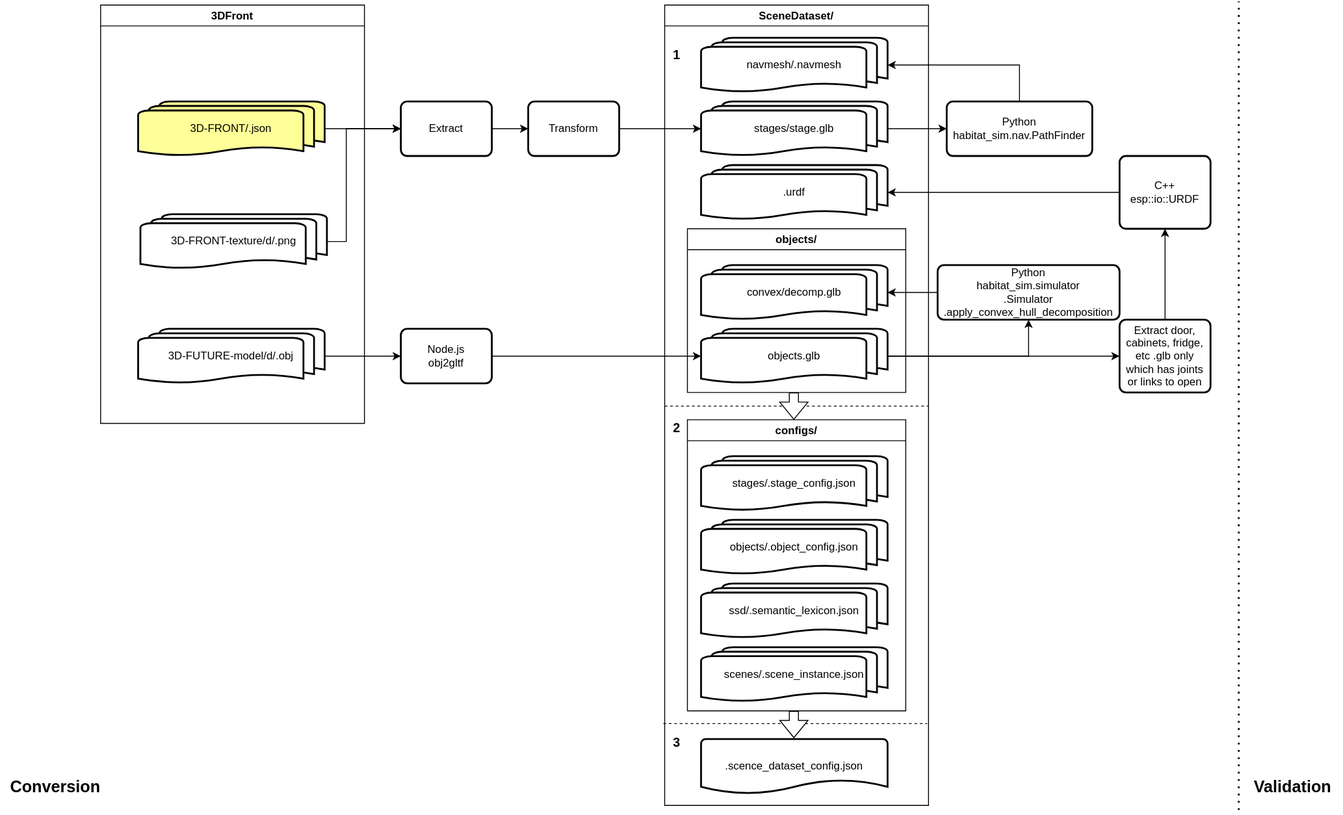
The draw.io diagram 3DFront.drawio.svg in ZacksAmber/habitat-pipeline, before a commit. Source tidied: cells renumbered, new cells last; positions are measured from the earlier drawing's top-left corner, leaving out a move shared by most shapes.
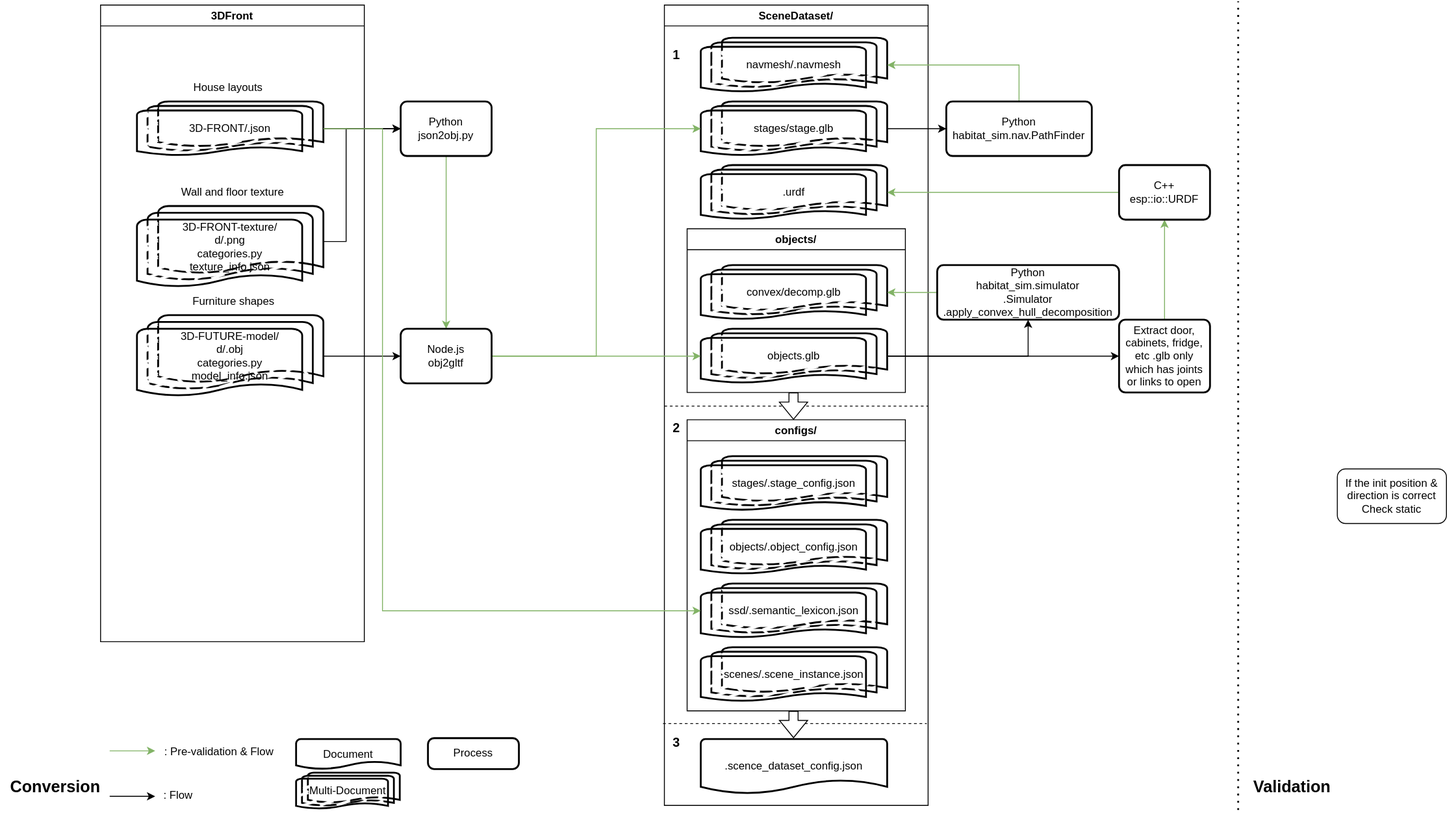
Later version of the same file.

Diff of the diagram source:
```diff
@@ -17,16 +17,16 @@
     <mxCell id="4" value="configs/" style="swimlane;fillStyle=zigzag-line;" parent="2" vertex="1">
       <mxGeometry x="25" y="456" width="240" height="320" as="geometry" />
     </mxCell>
-    <mxCell id="5" value="stages/.stage_config.json" style="strokeWidth=2;html=1;shape=mxgraph.flowchart.multi-document;whiteSpace=wrap;" parent="4" vertex="1">
+    <mxCell id="5" value="stages/.stage_config.json" style="strokeWidth=2;html=1;shape=mxgraph.flowchart.multi-document;whiteSpace=wrap;fillStyle=zigzag-line;" parent="4" vertex="1">
       <mxGeometry x="15" y="40" width="205" height="60" as="geometry" />
     </mxCell>
-    <mxCell id="6" value="objects/.object_config.json" style="strokeWidth=2;html=1;shape=mxgraph.flowchart.multi-document;whiteSpace=wrap;" parent="4" vertex="1">
+    <mxCell id="6" value="objects/.object_config.json" style="strokeWidth=2;html=1;shape=mxgraph.flowchart.multi-document;whiteSpace=wrap;fillStyle=zigzag-line;" parent="4" vertex="1">
       <mxGeometry x="15" y="110" width="205" height="60" as="geometry" />
     </mxCell>
-    <mxCell id="7" value="scenes/.scene_instance.json" style="strokeWidth=2;html=1;shape=mxgraph.flowchart.multi-document;whiteSpace=wrap;" parent="4" vertex="1">
+    <mxCell id="7" value="scenes/.scene_instance.json" style="strokeWidth=2;html=1;shape=mxgraph.flowchart.multi-document;whiteSpace=wrap;fillStyle=zigzag-line;" parent="4" vertex="1">
       <mxGeometry x="15" y="250" width="205" height="60" as="geometry" />
     </mxCell>
-    <mxCell id="8" value="ssd/.semantic_lexicon.json" style="strokeWidth=2;html=1;shape=mxgraph.flowchart.multi-document;whiteSpace=wrap;" parent="4" vertex="1">
+    <mxCell id="8" value="ssd/.semantic_lexicon.json" style="strokeWidth=2;html=1;shape=mxgraph.flowchart.multi-document;whiteSpace=wrap;fillStyle=zigzag-line;" parent="4" vertex="1">
       <mxGeometry x="15" y="180" width="205" height="60" as="geometry" />
     </mxCell>
     <mxCell id="9" style="shape=flexArrow;endArrow=classic;html=1;rounded=0;fillColor=#FFFFFF;width=10;" parent="4" edge="1">
@@ -38,19 +38,19 @@
     <mxCell id="10" value="objects/" style="swimlane;fillStyle=zigzag-line;" parent="2" vertex="1">
       <mxGeometry x="25" y="246" width="240" height="180" as="geometry" />
     </mxCell>
-    <mxCell id="11" value="objects.glb" style="strokeWidth=2;html=1;shape=mxgraph.flowchart.multi-document;whiteSpace=wrap;" parent="10" vertex="1">
+    <mxCell id="11" value="objects.glb" style="strokeWidth=2;html=1;shape=mxgraph.flowchart.multi-document;whiteSpace=wrap;fillStyle=zigzag-line;" parent="10" vertex="1">
       <mxGeometry x="15" y="110" width="205" height="60" as="geometry" />
     </mxCell>
-    <mxCell id="12" value="convex/decomp.glb" style="strokeWidth=2;html=1;shape=mxgraph.flowchart.multi-document;whiteSpace=wrap;fillColor=#FFFFFF;" parent="10" vertex="1">
+    <mxCell id="12" value="convex/decomp.glb" style="strokeWidth=2;html=1;shape=mxgraph.flowchart.multi-document;whiteSpace=wrap;fillColor=#FFFFFF;fillStyle=zigzag-line;" parent="10" vertex="1">
       <mxGeometry x="15" y="40" width="205" height="60" as="geometry" />
     </mxCell>
-    <mxCell id="13" value="navmesh/.navmesh" style="strokeWidth=2;html=1;shape=mxgraph.flowchart.multi-document;whiteSpace=wrap;" parent="2" vertex="1">
+    <mxCell id="13" value="navmesh/.navmesh" style="strokeWidth=2;html=1;shape=mxgraph.flowchart.multi-document;whiteSpace=wrap;fillStyle=zigzag-line;" parent="2" vertex="1">
       <mxGeometry x="40" y="36" width="205" height="60" as="geometry" />
     </mxCell>
-    <mxCell id="14" value=".urdf" style="strokeWidth=2;html=1;shape=mxgraph.flowchart.multi-document;whiteSpace=wrap;fillColor=#FFFFFF;" parent="2" vertex="1">
+    <mxCell id="14" value=".urdf" style="strokeWidth=2;html=1;shape=mxgraph.flowchart.multi-document;whiteSpace=wrap;fillColor=#FFFFFF;fillStyle=zigzag-line;" parent="2" vertex="1">
       <mxGeometry x="40" y="176" width="205" height="60" as="geometry" />
     </mxCell>
-    <mxCell id="15" value="stages/stage.glb" style="strokeWidth=2;html=1;shape=mxgraph.flowchart.multi-document;whiteSpace=wrap;" parent="2" vertex="1">
+    <mxCell id="15" value="stages/stage.glb" style="strokeWidth=2;html=1;shape=mxgraph.flowchart.multi-document;whiteSpace=wrap;fillStyle=zigzag-line;" parent="2" vertex="1">
       <mxGeometry x="40" y="106" width="205" height="60" as="geometry" />
     </mxCell>
     <mxCell id="16" style="endArrow=none;dashed=1;html=1;rounded=0;" parent="2" edge="1">
@@ -81,42 +81,48 @@
       <mxGeometry x="-2" y="781" width="30" height="60" as="geometry" />
     </mxCell>
     <mxCell id="22" value="3DFront" style="swimlane;fillStyle=zigzag-line;" parent="1" vertex="1">
-      <mxGeometry x="110" y="4" width="290" height="460" as="geometry" />
+      <mxGeometry x="110" y="4" width="290" height="700" as="geometry" />
     </mxCell>
-    <mxCell id="23" value="3D-FRONT/.json" style="strokeWidth=2;html=1;shape=mxgraph.flowchart.multi-document;whiteSpace=wrap;fillColor=#FFFF99;" parent="22" vertex="1">
-      <mxGeometry x="41.2" y="106" width="205" height="60" as="geometry" />
+    <mxCell id="23" value="&lt;a href=&quot;https://tianchi.aliyun.com/dataset/dataDetail?dataId=65347&amp;amp;lang=en-us&quot;&gt;3D-FRONT&lt;/a&gt;/.json" style="strokeWidth=2;html=1;shape=mxgraph.flowchart.multi-document;whiteSpace=wrap;fillColor=#FFFFFF;fillStyle=zigzag-line;" parent="22" vertex="1">
+      <mxGeometry x="40" y="106" width="205" height="60" as="geometry" />
     </mxCell>
-    <mxCell id="24" value="3D-FRONT-texture/d/.png" style="strokeWidth=2;html=1;shape=mxgraph.flowchart.multi-document;whiteSpace=wrap;" parent="22" vertex="1">
-      <mxGeometry x="43.8" y="230" width="205" height="60" as="geometry" />
+    <mxCell id="24" value="&lt;a href=&quot;https://tianchi.aliyun.com/dataset/dataDetail?dataId=65347&amp;amp;lang=en-us&quot;&gt;3D-FRONT-texture&lt;/a&gt;/&lt;br&gt;d/.png&lt;br&gt;categories.py&lt;br&gt;texture_info.json" style="strokeWidth=2;html=1;shape=mxgraph.flowchart.multi-document;whiteSpace=wrap;fillStyle=zigzag-line;" parent="22" vertex="1">
+      <mxGeometry x="40" y="221" width="205" height="90" as="geometry" />
     </mxCell>
-    <mxCell id="25" value="3D-FUTURE-model/d/.obj" style="strokeWidth=2;html=1;shape=mxgraph.flowchart.multi-document;whiteSpace=wrap;" parent="22" vertex="1">
-      <mxGeometry x="41.2" y="356" width="205" height="60" as="geometry" />
+    <mxCell id="25" value="&lt;a href=&quot;https://tianchi.aliyun.com/dataset/dataDetail?dataId=65347&amp;amp;lang=en-us&quot;&gt;3D-FUTURE-model&lt;/a&gt;/&lt;br&gt;d/.obj&lt;br&gt;categories.py&lt;br&gt;model_info.json" style="strokeWidth=2;html=1;shape=mxgraph.flowchart.multi-document;whiteSpace=wrap;fillStyle=zigzag-line;" parent="22" vertex="1">
+      <mxGeometry x="40" y="341" width="205" height="90" as="geometry" />
     </mxCell>
-    <mxCell id="26" style="edgeStyle=orthogonalEdgeStyle;rounded=0;jettySize=auto;html=1;" parent="1" edge="1" source="27" target="29">
-      <mxGeometry relative="1" as="geometry" />
-    </mxCell>
+    <mxCell id="49" value="House layouts" style="text;html=1;align=center;verticalAlign=middle;strokeColor=none;fillColor=none;" parent="22" vertex="1">
+      <mxGeometry x="90" y="76" width="100" height="30" as="geometry" />
+    </mxCell>
+    <mxCell id="50" value="Wall and floor texture" style="text;html=1;align=center;verticalAlign=middle;strokeColor=none;fillColor=none;" parent="22" vertex="1">
+      <mxGeometry x="75" y="191" width="140" height="30" as="geometry" />
+    </mxCell>
+    <mxCell id="51" value="Furniture shapes" style="text;html=1;align=center;verticalAlign=middle;strokeColor=none;fillColor=none;" parent="22" vertex="1">
+      <mxGeometry x="91.2" y="311" width="110" height="30" as="geometry" />
+    </mxCell>
+    <mxCell id="52" style="edgeStyle=orthogonalEdgeStyle;rounded=0;jettySize=auto;html=1;exitX=0.5;exitY=1;exitDx=0;exitDy=0;entryX=0.5;entryY=0;entryDx=0;entryDy=0;fillColor=#d5e8d4;strokeColor=#82b366;" parent="1" edge="1" source="27" target="32">
+      <mxGeometry relative="1" as="geometry" />
+    </mxCell>
-    <mxCell id="27" value="Extract" style="rounded=1;whiteSpace=wrap;html=1;absoluteArcSize=1;arcSize=14;strokeWidth=2;fillStyle=zigzag-line;" parent="1" vertex="1">
+    <mxCell id="27" value="Python&lt;br&gt;&lt;a href=&quot;https://github.com/3D-FRONT-FUTURE/3D-FRONT-ToolBox/tree/master/scripts&quot;&gt;json2obj.py&lt;/a&gt;" style="rounded=1;whiteSpace=wrap;html=1;absoluteArcSize=1;arcSize=14;strokeWidth=2;fillStyle=zigzag-line;" parent="1" vertex="1">
       <mxGeometry x="440" y="110" width="100" height="60" as="geometry" />
     </mxCell>
-    <mxCell id="28" style="edgeStyle=orthogonalEdgeStyle;rounded=0;jettySize=auto;html=1;entryX=0;entryY=0.5;entryDx=0;entryDy=0;entryPerimeter=0;" parent="1" edge="1" source="29" target="15">
-      <mxGeometry relative="1" as="geometry" />
-    </mxCell>
-    <mxCell id="29" value="Transform" style="rounded=1;whiteSpace=wrap;html=1;absoluteArcSize=1;arcSize=14;strokeWidth=2;fillStyle=zigzag-line;" parent="1" vertex="1">
-      <mxGeometry x="580" y="110" width="100" height="60" as="geometry" />
-    </mxCell>
     <mxCell id="30" style="edgeStyle=orthogonalEdgeStyle;rounded=0;jettySize=auto;html=1;entryX=0;entryY=0.5;entryDx=0;entryDy=0;" parent="1" edge="1" source="23" target="27">
       <mxGeometry relative="1" as="geometry" />
     </mxCell>
-    <mxCell id="31" style="edgeStyle=orthogonalEdgeStyle;rounded=0;jettySize=auto;html=1;entryX=0;entryY=0.5;entryDx=0;entryDy=0;entryPerimeter=0;" parent="1" edge="1" source="32" target="11">
+    <mxCell id="31" style="edgeStyle=orthogonalEdgeStyle;rounded=0;jettySize=auto;html=1;exitX=1;exitY=0.5;exitDx=0;exitDy=0;entryX=0;entryY=0.5;entryDx=0;entryDy=0;entryPerimeter=0;fillColor=#d5e8d4;strokeColor=#82b366;" parent="1" edge="1" source="32" target="11">
       <mxGeometry relative="1" as="geometry" />
     </mxCell>
+    <mxCell id="53" style="edgeStyle=orthogonalEdgeStyle;rounded=0;jettySize=auto;html=1;exitX=1;exitY=0.5;exitDx=0;exitDy=0;entryX=0;entryY=0.5;entryDx=0;entryDy=0;entryPerimeter=0;fillColor=#d5e8d4;strokeColor=#82b366;" parent="1" edge="1" source="32" target="15">
+      <mxGeometry relative="1" as="geometry" />
+    </mxCell>
     <mxCell id="32" value="Node.js&lt;br&gt;&lt;a href=&quot;https://github.com/CesiumGS/obj2gltf&quot;&gt;obj2gltf&lt;/a&gt;" style="rounded=1;whiteSpace=wrap;html=1;absoluteArcSize=1;arcSize=14;strokeWidth=2;fillStyle=zigzag-line;" parent="1" vertex="1">
       <mxGeometry x="440" y="360" width="100" height="60" as="geometry" />
     </mxCell>
     <mxCell id="33" style="edgeStyle=orthogonalEdgeStyle;rounded=0;jettySize=auto;html=1;entryX=0;entryY=0.5;entryDx=0;entryDy=0;" parent="1" edge="1" source="25" target="32">
       <mxGeometry relative="1" as="geometry" />
     </mxCell>
-    <mxCell id="34" style="edgeStyle=orthogonalEdgeStyle;rounded=0;jettySize=auto;html=1;exitX=0.5;exitY=0;exitDx=0;exitDy=0;entryX=1;entryY=0.5;entryDx=0;entryDy=0;entryPerimeter=0;" parent="1" edge="1" source="35" target="13">
+    <mxCell id="34" style="edgeStyle=orthogonalEdgeStyle;rounded=0;jettySize=auto;html=1;exitX=0.5;exitY=0;exitDx=0;exitDy=0;entryX=1;entryY=0.5;entryDx=0;entryDy=0;entryPerimeter=0;fillColor=#d5e8d4;strokeColor=#82b366;" parent="1" edge="1" source="35" target="13">
       <mxGeometry relative="1" as="geometry" />
     </mxCell>
     <mxCell id="35" value="Python&lt;br&gt;&lt;a href=&quot;https://aihabitat.org/docs/habitat-sim/habitat_sim.nav.html&quot;&gt;habitat_sim.nav.PathFinder&lt;/a&gt;" style="rounded=1;whiteSpace=wrap;html=1;absoluteArcSize=1;arcSize=14;strokeWidth=2;fillStyle=zigzag-line;" parent="1" vertex="1">
@@ -125,7 +131,7 @@
     <mxCell id="36" style="edgeStyle=orthogonalEdgeStyle;rounded=0;jettySize=auto;html=1;exitX=1;exitY=0.5;exitDx=0;exitDy=0;exitPerimeter=0;entryX=0;entryY=0.5;entryDx=0;entryDy=0;" parent="1" edge="1" source="15" target="35">
       <mxGeometry relative="1" as="geometry" />
     </mxCell>
-    <mxCell id="37" style="edgeStyle=orthogonalEdgeStyle;rounded=0;jettySize=auto;html=1;" parent="1" edge="1" source="38" target="41">
+    <mxCell id="37" style="edgeStyle=orthogonalEdgeStyle;rounded=0;jettySize=auto;html=1;fillColor=#d5e8d4;strokeColor=#82b366;" parent="1" edge="1" source="38" target="41">
       <mxGeometry relative="1" as="geometry" />
     </mxCell>
     <mxCell id="38" value="Extract door, cabinets, fridge, etc .glb only which has joints or links to open" style="rounded=1;whiteSpace=wrap;html=1;absoluteArcSize=1;arcSize=14;strokeWidth=2;fillStyle=zigzag-line;" parent="1" vertex="1">
@@ -134,13 +140,13 @@
     <mxCell id="39" style="edgeStyle=orthogonalEdgeStyle;rounded=0;jettySize=auto;html=1;exitX=1;exitY=0.5;exitDx=0;exitDy=0;exitPerimeter=0;entryX=0;entryY=0.5;entryDx=0;entryDy=0;" parent="1" edge="1" source="11" target="38">
       <mxGeometry relative="1" as="geometry" />
     </mxCell>
-    <mxCell id="40" style="edgeStyle=orthogonalEdgeStyle;rounded=0;jettySize=auto;html=1;entryX=1;entryY=0.5;entryDx=0;entryDy=0;entryPerimeter=0;" parent="1" edge="1" source="41" target="14">
+    <mxCell id="40" style="edgeStyle=orthogonalEdgeStyle;rounded=0;jettySize=auto;html=1;entryX=1;entryY=0.5;entryDx=0;entryDy=0;entryPerimeter=0;fillColor=#d5e8d4;strokeColor=#82b366;" parent="1" edge="1" source="41" target="14">
       <mxGeometry relative="1" as="geometry" />
     </mxCell>
     <mxCell id="41" value="C++&lt;br&gt;&lt;a href=&quot;https://aihabitat.org/docs/habitat-sim/classesp_1_1io_1_1URDF_1_1Model.html&quot;&gt;esp::io::URDF&lt;/a&gt;" style="rounded=1;whiteSpace=wrap;html=1;absoluteArcSize=1;arcSize=14;strokeWidth=2;fillStyle=zigzag-line;" parent="1" vertex="1">
-      <mxGeometry x="1230" y="170" width="100" height="80" as="geometry" />
+      <mxGeometry x="1230" y="180" width="100" height="60" as="geometry" />
     </mxCell>
-    <mxCell id="42" style="edgeStyle=orthogonalEdgeStyle;rounded=0;jettySize=auto;html=1;entryX=1;entryY=0.5;entryDx=0;entryDy=0;entryPerimeter=0;" parent="1" edge="1" source="43" target="12">
+    <mxCell id="42" style="edgeStyle=orthogonalEdgeStyle;rounded=0;jettySize=auto;html=1;entryX=1;entryY=0.5;entryDx=0;entryDy=0;entryPerimeter=0;fillColor=#d5e8d4;strokeColor=#82b366;" parent="1" edge="1" source="43" target="12">
       <mxGeometry relative="1" as="geometry" />
     </mxCell>
     <mxCell id="43" value="Python&lt;br&gt;&lt;a href=&quot;https://aihabitat.org/docs/habitat-sim/habitat_sim.simulator.Simulator.html#apply_convex_hull_decomposition&quot;&gt;habitat_sim.simulator&lt;br&gt;.Simulator&lt;br&gt;.apply_convex_hull_decomposition&lt;/a&gt;" style="rounded=1;whiteSpace=wrap;html=1;absoluteArcSize=1;arcSize=14;strokeWidth=2;fillStyle=zigzag-line;" parent="1" vertex="1">
@@ -169,5 +175,43 @@
     <mxCell id="48" value="&lt;h2&gt;Validation&lt;/h2&gt;" style="text;html=1;align=center;verticalAlign=middle;strokeColor=none;fillColor=none;" parent="1" vertex="1">
       <mxGeometry x="1365" y="834" width="110" height="60" as="geometry" />
     </mxCell>
+    <mxCell id="54" value="If the init position &amp;amp; direction is correct&lt;br&gt;Check static" style="rounded=1;whiteSpace=wrap;html=1;fillStyle=zigzag-line;fillColor=#FFFFFF;" parent="1" vertex="1">
+      <mxGeometry x="1470" y="514" width="120" height="60" as="geometry" />
+    </mxCell>
+    <mxCell id="55" style="edgeStyle=orthogonalEdgeStyle;rounded=0;jettySize=auto;html=1;entryX=0;entryY=0.5;entryDx=0;entryDy=0;entryPerimeter=0;fillColor=#d5e8d4;strokeColor=#82b366;" parent="1" edge="1" source="23" target="8">
+      <mxGeometry relative="1" as="geometry">
+        <Array as="points">
+          <mxPoint x="420" y="140" />
+          <mxPoint x="420" y="670" />
+        </Array>
+      </mxGeometry>
+    </mxCell>
+    <mxCell id="56" style="endArrow=classic;html=1;rounded=0;fillColor=#d5e8d4;strokeColor=#82b366;" parent="1" edge="1">
+      <mxGeometry relative="1" as="geometry">
+        <mxPoint x="120" y="824" as="sourcePoint" />
+        <mxPoint x="170" y="824" as="targetPoint" />
+      </mxGeometry>
+    </mxCell>
+    <mxCell id="57" value=": Pre-validation &amp;amp; Flow" style="text;html=1;align=center;verticalAlign=middle;strokeColor=none;fillColor=none;" parent="1" vertex="1">
+      <mxGeometry x="170" y="810" width="140" height="30" as="geometry" />
+    </mxCell>
+    <mxCell id="58" style="endArrow=classic;html=1;rounded=0;fillColor=#FF3333;" parent="1" edge="1">
+      <mxGeometry relative="1" as="geometry">
+        <mxPoint x="120" y="874" as="sourcePoint" />
+        <mxPoint x="170" y="874" as="targetPoint" />
+      </mxGeometry>
+    </mxCell>
+    <mxCell id="59" value=": Flow" style="text;html=1;align=center;verticalAlign=middle;strokeColor=none;fillColor=none;" parent="1" vertex="1">
+      <mxGeometry x="165" y="858" width="60" height="30" as="geometry" />
+    </mxCell>
+    <mxCell id="60" value="Document" style="strokeWidth=2;html=1;shape=mxgraph.flowchart.document2;whiteSpace=wrap;size=0.25;fillStyle=zigzag-line;fillColor=#FFFFFF;" parent="1" vertex="1">
+      <mxGeometry x="325" y="811" width="115" height="33" as="geometry" />
+    </mxCell>
+    <mxCell id="61" value="Multi-Document" style="strokeWidth=2;html=1;shape=mxgraph.flowchart.multi-document;whiteSpace=wrap;fillStyle=zigzag-line;fillColor=#FFFFFF;" parent="1" vertex="1">
+      <mxGeometry x="325" y="848" width="114" height="40" as="geometry" />
+    </mxCell>
+    <mxCell id="62" value="Process" style="rounded=1;whiteSpace=wrap;html=1;absoluteArcSize=1;arcSize=14;strokeWidth=2;fillStyle=zigzag-line;fillColor=#FFFFFF;" parent="1" vertex="1">
+      <mxGeometry x="470" y="810" width="100" height="34" as="geometry" />
+    </mxCell>
   </root>
 </mxGraphModel>
```
